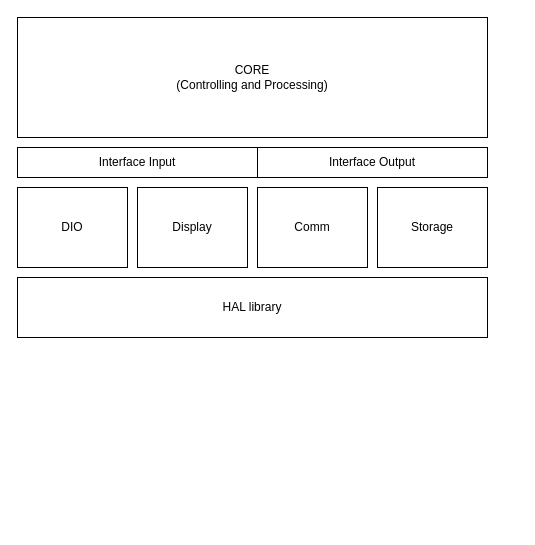
The draw.io diagram architecture1/controlling.drawio in ArthurQiangLi/W32_Controller_Architecture, before the edit. Source tidied: cells renumbered, new cells numbered last; positions are measured from the earlier drawing's top-left corner, leaving out a move shared by most shapes. Both pictures are drawn from the tidied source at 100%, with x=0, y=0 at pixel (17, 17).
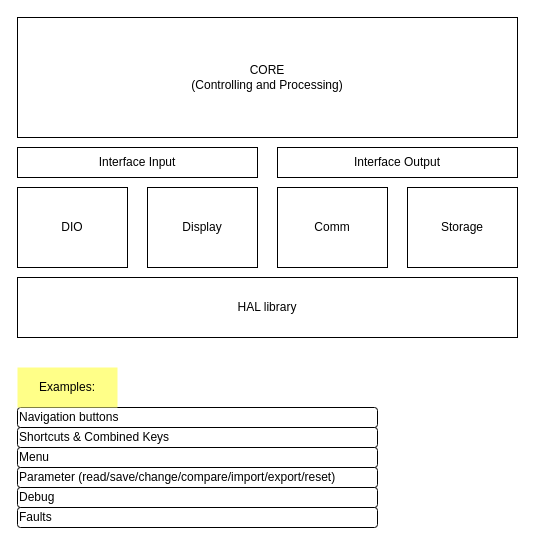
After the change.

The edit, as a diff of the source:
```diff
@@
 <mxGraphModel>
   <root>
     <mxCell id="0" />
     <mxCell id="1" parent="0" />
     <mxCell id="2" value="CORE&lt;div&gt;(Controlling and Processing)&lt;/div&gt;" style="rounded=0;whiteSpace=wrap;html=1;" parent="1" vertex="1">
-      <mxGeometry width="470" height="120" as="geometry" />
+      <mxGeometry width="500" height="120" as="geometry" />
     </mxCell>
     <mxCell id="3" value="DIO" style="rounded=0;whiteSpace=wrap;html=1;" parent="1" vertex="1">
       <mxGeometry y="170" width="110" height="80" as="geometry" />
     </mxCell>
     <mxCell id="4" value="Comm" style="rounded=0;whiteSpace=wrap;html=1;" parent="1" vertex="1">
-      <mxGeometry x="240" y="170" width="110" height="80" as="geometry" />
+      <mxGeometry x="260" y="170" width="110" height="80" as="geometry" />
     </mxCell>
     <mxCell id="5" value="Display" style="rounded=0;whiteSpace=wrap;html=1;" parent="1" vertex="1">
-      <mxGeometry x="120" y="170" width="110" height="80" as="geometry" />
+      <mxGeometry x="130" y="170" width="110" height="80" as="geometry" />
     </mxCell>
     <mxCell id="6" value="Storage" style="rounded=0;whiteSpace=wrap;html=1;" parent="1" vertex="1">
-      <mxGeometry x="360" y="170" width="110" height="80" as="geometry" />
+      <mxGeometry x="390" y="170" width="110" height="80" as="geometry" />
     </mxCell>
     <mxCell id="7" value="Interface Input" style="rounded=0;whiteSpace=wrap;html=1;" parent="1" vertex="1">
       <mxGeometry y="130" width="240" height="30" as="geometry" />
     </mxCell>
     <mxCell id="8" value="Interface Output" style="rounded=0;whiteSpace=wrap;html=1;" parent="1" vertex="1">
-      <mxGeometry x="240" y="130" width="230" height="30" as="geometry" />
+      <mxGeometry x="260" y="130" width="240" height="30" as="geometry" />
     </mxCell>
     <mxCell id="9" value="HAL library" style="rounded=0;whiteSpace=wrap;html=1;" parent="1" vertex="1">
-      <mxGeometry y="260" width="470" height="60" as="geometry" />
+      <mxGeometry y="260" width="500" height="60" as="geometry" />
     </mxCell>
+    <mxCell id="10" value="Navigation buttons" style="rounded=1;whiteSpace=wrap;html=1;align=left;" parent="1" vertex="1">
+      <mxGeometry y="390" width="360" height="20" as="geometry" />
+    </mxCell>
+    <mxCell id="11" style="edgeStyle=none;html=1;" parent="1" edge="1" source="12" target="14">
+      <mxGeometry relative="1" as="geometry" />
+    </mxCell>
+    <mxCell id="12" value="Shortcuts &amp;amp; Combined Keys" style="rounded=1;whiteSpace=wrap;html=1;align=left;" parent="1" vertex="1">
+      <mxGeometry y="410" width="360" height="20" as="geometry" />
+    </mxCell>
+    <mxCell id="13" value="Menu" style="rounded=1;whiteSpace=wrap;html=1;align=left;" parent="1" vertex="1">
+      <mxGeometry y="430" width="360" height="20" as="geometry" />
+    </mxCell>
+    <mxCell id="14" value="Parameter (read/save/change/compare/import/export/reset)" style="rounded=1;whiteSpace=wrap;html=1;align=left;" parent="1" vertex="1">
+      <mxGeometry y="450" width="360" height="20" as="geometry" />
+    </mxCell>
+    <mxCell id="15" value="Debug" style="rounded=1;whiteSpace=wrap;html=1;align=left;" parent="1" vertex="1">
+      <mxGeometry y="470" width="360" height="20" as="geometry" />
+    </mxCell>
+    <mxCell id="16" value="Faults" style="rounded=1;whiteSpace=wrap;html=1;align=left;" parent="1" vertex="1">
+      <mxGeometry y="490" width="360" height="20" as="geometry" />
+    </mxCell>
+    <mxCell id="17" value="Examples:" style="whiteSpace=wrap;html=1;fillColor=#ffff88;strokeColor=none;" parent="1" vertex="1">
+      <mxGeometry y="350" width="100" height="40" as="geometry" />
+    </mxCell>
   </root>
 </mxGraphModel>
```
